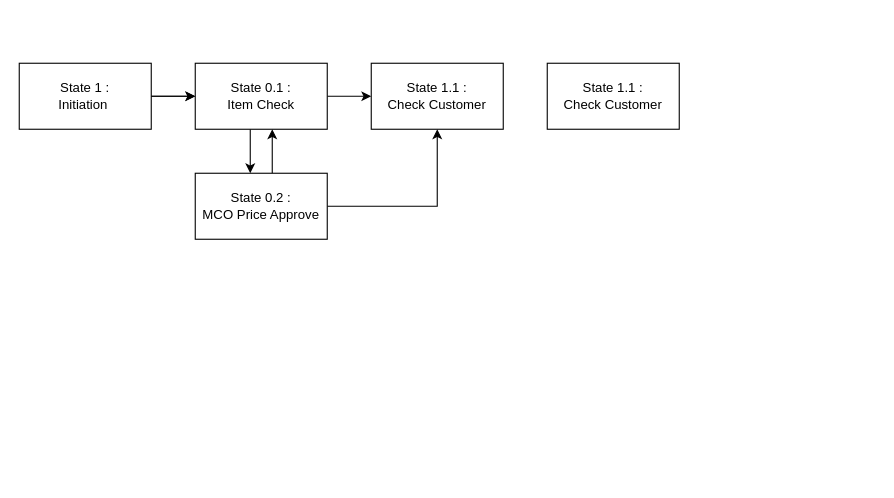
Before: documentation/build/Flowchart.drawio in mstechgeek/AdminLTE, a draw.io diagram. Source tidied: cells renumbered, new cells numbered last; positions are measured from the earlier drawing's top-left corner, leaving out a move shared by most shapes. Both pictures are drawn from the tidied source at 110%, with x=0, y=0 at pixel (19, 63).
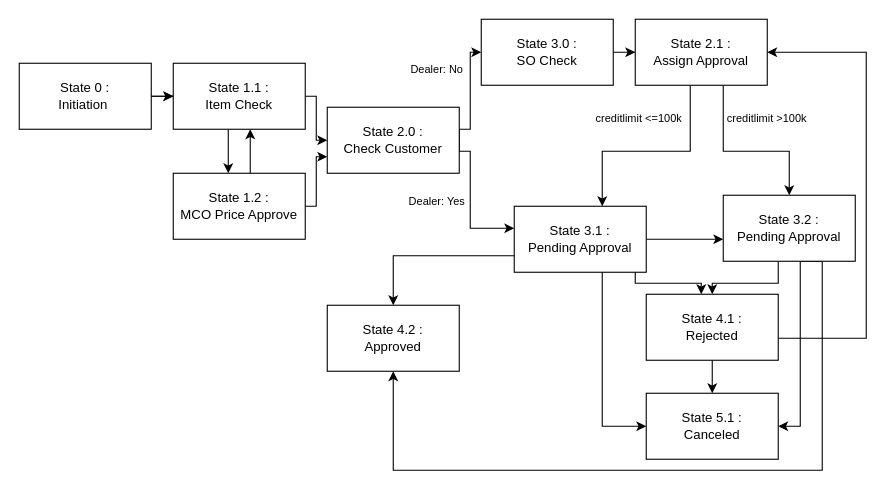
The same page after the edit.

What changed in the source:
```diff
@@
     <mxCell id="2" style="edgeStyle=orthogonalEdgeStyle;rounded=0;jettySize=auto;html=1;" parent="1" edge="1" source="11" target="8">
       <mxGeometry relative="1" as="geometry">
         <Array as="points">
-          <mxPoint x="210" y="80" />
-          <mxPoint x="210" y="80" />
+          <mxPoint x="190" y="80" />
+          <mxPoint x="190" y="80" />
         </Array>
       </mxGeometry>
     </mxCell>
@@
-    <mxCell id="4" value="State 1 : &lt;br&gt;Initiation&amp;nbsp;" style="rounded=0;whiteSpace=wrap;html=1;" parent="1" vertex="1">
+    <mxCell id="4" value="State 0 : &lt;br&gt;Initiation&amp;nbsp;" style="rounded=0;whiteSpace=wrap;html=1;" parent="1" vertex="1">
       <mxGeometry width="120" height="60" as="geometry" />
     </mxCell>
     <mxCell id="5" style="edgeStyle=orthogonalEdgeStyle;rounded=0;jettySize=auto;html=1;" parent="1" edge="1" source="11" target="9">
-      <mxGeometry relative="1" as="geometry" />
+      <mxGeometry relative="1" as="geometry">
+        <Array as="points">
+          <mxPoint x="270" y="30" />
+          <mxPoint x="270" y="70" />
+        </Array>
+      </mxGeometry>
     </mxCell>
-    <mxCell id="6" style="edgeStyle=orthogonalEdgeStyle;rounded=0;jettySize=auto;html=1;" parent="1" edge="1" source="8" target="9">
-      <mxGeometry relative="1" as="geometry" />
+    <mxCell id="6" style="edgeStyle=orthogonalEdgeStyle;rounded=0;jettySize=auto;html=1;entryX=0;entryY=0.75;entryDx=0;entryDy=0;" parent="1" edge="1" source="8" target="9">
+      <mxGeometry relative="1" as="geometry">
+        <Array as="points">
+          <mxPoint x="270" y="130" />
+          <mxPoint x="270" y="85" />
+        </Array>
+      </mxGeometry>
     </mxCell>
     <mxCell id="7" style="edgeStyle=orthogonalEdgeStyle;rounded=0;jettySize=auto;html=1;" parent="1" edge="1" source="8" target="11">
       <mxGeometry relative="1" as="geometry">
         <Array as="points">
-          <mxPoint x="230" y="80" />
-          <mxPoint x="230" y="80" />
+          <mxPoint x="210" y="80" />
+          <mxPoint x="210" y="80" />
         </Array>
       </mxGeometry>
     </mxCell>
-    <mxCell id="8" value="State 0.2 : &lt;br&gt;MCO Price Approve" style="rounded=0;whiteSpace=wrap;html=1;" parent="1" vertex="1">
-      <mxGeometry x="160" y="100" width="120" height="60" as="geometry" />
+    <mxCell id="8" value="State 1.2 : &lt;br&gt;MCO Price Approve" style="rounded=0;whiteSpace=wrap;html=1;" parent="1" vertex="1">
+      <mxGeometry x="140" y="100" width="120" height="60" as="geometry" />
     </mxCell>
+    <mxCell id="13" style="edgeStyle=orthogonalEdgeStyle;rounded=0;jettySize=auto;html=1;exitX=1;exitY=0.5;exitDx=0;exitDy=0;entryX=0;entryY=0.5;entryDx=0;entryDy=0;" parent="1" edge="1" source="9" target="10">
+      <mxGeometry relative="1" as="geometry">
+        <Array as="points">
+          <mxPoint x="400" y="60" />
+          <mxPoint x="410" y="60" />
+          <mxPoint x="410" y="-10" />
+        </Array>
+      </mxGeometry>
+    </mxCell>
+    <mxCell id="14" style="edgeStyle=orthogonalEdgeStyle;rounded=0;jettySize=auto;html=1;exitX=1;exitY=0.5;exitDx=0;exitDy=0;" parent="1" edge="1" source="9" target="23">
+      <mxGeometry relative="1" as="geometry">
+        <Array as="points">
+          <mxPoint x="400" y="80" />
+          <mxPoint x="410" y="80" />
+          <mxPoint x="410" y="150" />
+        </Array>
+      </mxGeometry>
+    </mxCell>
-    <mxCell id="9" value="State 1.1 : &lt;br&gt;Check Customer" style="rounded=0;whiteSpace=wrap;html=1;" parent="1" vertex="1">
-      <mxGeometry x="320" width="120" height="60" as="geometry" />
+    <mxCell id="9" value="State 2.0 : &lt;br&gt;Check Customer" style="rounded=0;whiteSpace=wrap;html=1;" parent="1" vertex="1">
+      <mxGeometry x="280" y="40" width="120" height="60" as="geometry" />
     </mxCell>
+    <mxCell id="15" style="edgeStyle=orthogonalEdgeStyle;rounded=0;jettySize=auto;html=1;" parent="1" edge="1" source="10" target="18">
+      <mxGeometry relative="1" as="geometry" />
+    </mxCell>
-    <mxCell id="10" value="State 1.1 : &lt;br&gt;Check Customer" style="rounded=0;whiteSpace=wrap;html=1;" parent="1" vertex="1">
-      <mxGeometry x="480" width="120" height="60" as="geometry" />
+    <mxCell id="10" value="State 3.0 : &lt;br&gt;SO Check" style="rounded=0;whiteSpace=wrap;html=1;" parent="1" vertex="1">
+      <mxGeometry x="420" y="-40" width="120" height="60" as="geometry" />
     </mxCell>
-    <mxCell id="11" value="State 0.1 : &lt;br&gt;Item Check" style="rounded=0;whiteSpace=wrap;html=1;" parent="1" vertex="1">
-      <mxGeometry x="160" width="120" height="60" as="geometry" />
+    <mxCell id="11" value="State 1.1 : &lt;br&gt;Item Check" style="rounded=0;whiteSpace=wrap;html=1;" parent="1" vertex="1">
+      <mxGeometry x="140" width="120" height="60" as="geometry" />
     </mxCell>
@@
+    <mxCell id="16" style="edgeStyle=orthogonalEdgeStyle;rounded=0;jettySize=auto;html=1;" parent="1" edge="1" source="18" target="23">
+      <mxGeometry relative="1" as="geometry">
+        <Array as="points">
+          <mxPoint x="610" y="80" />
+          <mxPoint x="530" y="80" />
+        </Array>
+      </mxGeometry>
+    </mxCell>
+    <mxCell id="17" style="edgeStyle=orthogonalEdgeStyle;rounded=0;jettySize=auto;html=1;" parent="1" edge="1" source="18" target="27">
+      <mxGeometry relative="1" as="geometry">
+        <Array as="points">
+          <mxPoint x="640" y="80" />
+          <mxPoint x="700" y="80" />
+        </Array>
+      </mxGeometry>
+    </mxCell>
+    <mxCell id="18" value="State 2.1 : &lt;br&gt;Assign Approval" style="rounded=0;whiteSpace=wrap;html=1;" parent="1" vertex="1">
+      <mxGeometry x="560" y="-40" width="120" height="60" as="geometry" />
+    </mxCell>
+    <mxCell id="19" style="edgeStyle=orthogonalEdgeStyle;rounded=0;jettySize=auto;html=1;" parent="1" edge="1" source="23" target="27">
+      <mxGeometry relative="1" as="geometry">
+        <Array as="points">
+          <mxPoint x="570" y="140" />
+          <mxPoint x="570" y="140" />
+        </Array>
+      </mxGeometry>
+    </mxCell>
+    <mxCell id="20" style="edgeStyle=orthogonalEdgeStyle;rounded=0;jettySize=auto;html=1;exitX=1;exitY=0.75;exitDx=0;exitDy=0;" parent="1" edge="1" source="23" target="34">
+      <mxGeometry relative="1" as="geometry">
+        <Array as="points">
+          <mxPoint x="540" y="150" />
+          <mxPoint x="560" y="150" />
+          <mxPoint x="560" y="200" />
+          <mxPoint x="620" y="200" />
+        </Array>
+      </mxGeometry>
+    </mxCell>
+    <mxCell id="21" style="edgeStyle=orthogonalEdgeStyle;rounded=0;jettySize=auto;html=1;entryX=0;entryY=0.5;entryDx=0;entryDy=0;" parent="1" edge="1" target="35">
+      <mxGeometry relative="1" as="geometry">
+        <mxPoint x="520" y="180" as="sourcePoint" />
+        <Array as="points">
+          <mxPoint x="530" y="180" />
+          <mxPoint x="530" y="330" />
+        </Array>
+      </mxGeometry>
+    </mxCell>
+    <mxCell id="22" style="edgeStyle=orthogonalEdgeStyle;rounded=0;jettySize=auto;html=1;exitX=0;exitY=0.75;exitDx=0;exitDy=0;entryX=0.5;entryY=0;entryDx=0;entryDy=0;" parent="1" edge="1" source="23" target="36">
+      <mxGeometry relative="1" as="geometry" />
+    </mxCell>
+    <mxCell id="23" value="State 3.1 : &lt;br&gt;Pending Approval" style="whiteSpace=wrap;html=1;rounded=0;" parent="1" vertex="1">
+      <mxGeometry x="450" y="130" width="120" height="60" as="geometry" />
+    </mxCell>
+    <mxCell id="24" style="edgeStyle=orthogonalEdgeStyle;rounded=0;jettySize=auto;html=1;" parent="1" edge="1" source="27" target="34">
+      <mxGeometry relative="1" as="geometry">
+        <Array as="points">
+          <mxPoint x="690" y="200" />
+          <mxPoint x="630" y="200" />
+        </Array>
+      </mxGeometry>
+    </mxCell>
+    <mxCell id="25" style="edgeStyle=orthogonalEdgeStyle;rounded=0;jettySize=auto;html=1;exitX=0.75;exitY=1;exitDx=0;exitDy=0;" parent="1" edge="1" source="27" target="35">
+      <mxGeometry relative="1" as="geometry">
+        <Array as="points">
+          <mxPoint x="710" y="180" />
+          <mxPoint x="710" y="330" />
+        </Array>
+      </mxGeometry>
+    </mxCell>
+    <mxCell id="26" style="edgeStyle=orthogonalEdgeStyle;rounded=0;jettySize=auto;html=1;exitX=0.75;exitY=1;exitDx=0;exitDy=0;entryX=0.5;entryY=1;entryDx=0;entryDy=0;" parent="1" edge="1" source="27" target="36">
+      <mxGeometry relative="1" as="geometry">
+        <Array as="points">
+          <mxPoint x="730" y="370" />
+          <mxPoint x="340" y="370" />
+        </Array>
+      </mxGeometry>
+    </mxCell>
+    <mxCell id="27" value="State 3.2 : &lt;br&gt;Pending Approval" style="whiteSpace=wrap;html=1;rounded=0;" parent="1" vertex="1">
+      <mxGeometry x="640" y="120" width="120" height="60" as="geometry" />
+    </mxCell>
+    <mxCell id="28" value="&lt;font style=&quot;font-size: 10px&quot;&gt;Dealer: No&lt;/font&gt;" style="text;html=1;strokeColor=none;fillColor=none;align=center;verticalAlign=middle;whiteSpace=wrap;rounded=0;rotation=0;" parent="1" vertex="1">
+      <mxGeometry x="355" width="50" height="10" as="geometry" />
+    </mxCell>
+    <mxCell id="29" value="&lt;font style=&quot;font-size: 10px&quot;&gt;Dealer: Yes&lt;/font&gt;" style="text;html=1;strokeColor=none;fillColor=none;align=center;verticalAlign=middle;whiteSpace=wrap;rounded=0;rotation=0;" parent="1" vertex="1">
+      <mxGeometry x="350" y="120" width="60" height="10" as="geometry" />
+    </mxCell>
+    <mxCell id="30" value="&lt;span style=&quot;font-size: 10px&quot;&gt;creditlimit &amp;lt;=100k&amp;nbsp;&lt;/span&gt;" style="text;html=1;strokeColor=none;fillColor=none;align=center;verticalAlign=middle;whiteSpace=wrap;rounded=0;rotation=0;" parent="1" vertex="1">
+      <mxGeometry x="520" y="40" width="90" height="20" as="geometry" />
+    </mxCell>
+    <mxCell id="31" value="&lt;span style=&quot;font-size: 10px&quot;&gt;creditlimit &amp;gt;100k&lt;/span&gt;" style="text;html=1;strokeColor=none;fillColor=none;align=center;verticalAlign=middle;whiteSpace=wrap;rounded=0;rotation=0;" parent="1" vertex="1">
+      <mxGeometry x="640" y="40" width="80" height="20" as="geometry" />
+    </mxCell>
+    <mxCell id="32" style="edgeStyle=orthogonalEdgeStyle;rounded=0;jettySize=auto;html=1;entryX=1;entryY=0.5;entryDx=0;entryDy=0;" parent="1" edge="1" source="34" target="18">
+      <mxGeometry relative="1" as="geometry">
+        <Array as="points">
+          <mxPoint x="770" y="250" />
+          <mxPoint x="770" y="-10" />
+        </Array>
+      </mxGeometry>
+    </mxCell>
+    <mxCell id="33" style="edgeStyle=orthogonalEdgeStyle;rounded=0;jettySize=auto;html=1;" parent="1" edge="1" source="34" target="35">
+      <mxGeometry relative="1" as="geometry">
+        <Array as="points">
+          <mxPoint x="630" y="290" />
+          <mxPoint x="630" y="290" />
+        </Array>
+      </mxGeometry>
+    </mxCell>
+    <mxCell id="34" value="&lt;span&gt;State 4.1 : &lt;br&gt;Rejected&lt;/span&gt;" style="rounded=0;whiteSpace=wrap;html=1;" parent="1" vertex="1">
+      <mxGeometry x="570" y="210" width="120" height="60" as="geometry" />
+    </mxCell>
+    <mxCell id="35" value="&lt;span&gt;State 5.1 : &lt;br&gt;Canceled&lt;br&gt;&lt;/span&gt;" style="rounded=0;whiteSpace=wrap;html=1;" parent="1" vertex="1">
+      <mxGeometry x="570" y="300" width="120" height="60" as="geometry" />
+    </mxCell>
+    <mxCell id="36" value="&lt;span&gt;State 4.2 : &lt;br&gt;Approved&lt;br&gt;&lt;/span&gt;" style="rounded=0;whiteSpace=wrap;html=1;" parent="1" vertex="1">
+      <mxGeometry x="280" y="220" width="120" height="60" as="geometry" />
+    </mxCell>
```
